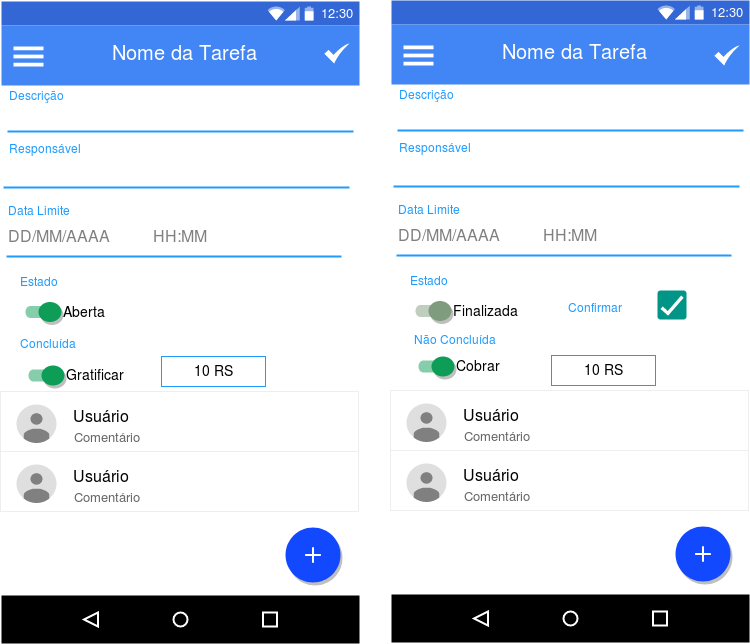
Earlier version of the draw.io export images/telas_editar_tarefa.png (AndersonGaspar/docs). Source tidied: cells renumbered, new cells last; positions are measured from the earlier drawing's top-left corner, leaving out a move shared by most shapes.
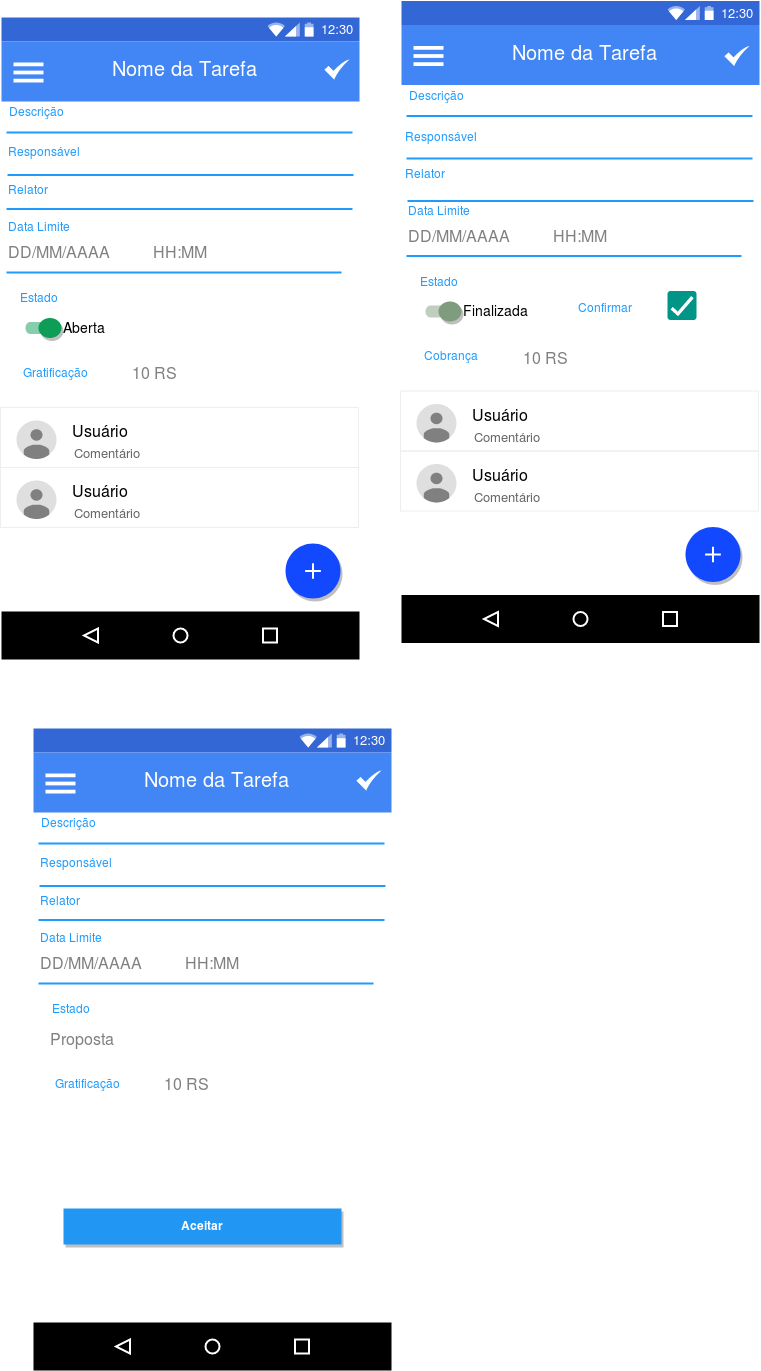
The same diagram one commit later.

Commit message:
atualizando telas do app

The edit, as a diff of the source:
```diff
@@ -45,10 +45,10 @@
       <mxGeometry x="6" y="100" width="346" height="30" as="geometry" />
     </mxCell>
     <mxCell id="12" style="dashed=0;shape=line;strokeWidth=2;noLabel=1;strokeColor=#1F9BFD;rounded=0;shadow=0;fillColor=#4285F4;align=center;" parent="2" vertex="1">
-      <mxGeometry x="6" y="125" width="346" height="10" as="geometry" />
+      <mxGeometry x="5" y="110" width="346" height="10" as="geometry" />
     </mxCell>
     <mxCell id="13" value="Responsável" style="text;fontColor=#1F9BFD;fontSize=12;verticalAlign=middle;strokeColor=none;fillColor=none;rounded=0;shadow=0;align=left;" parent="2" vertex="1">
-      <mxGeometry x="6" y="132.5" width="346" height="30" as="geometry" />
+      <mxGeometry x="5" y="120" width="346" height="30" as="geometry" />
     </mxCell>
     <mxCell id="14" value="Data Limite" style="text;fontColor=#1F9BFD;fontSize=12;verticalAlign=middle;strokeColor=none;fillColor=none;rounded=0;shadow=0;align=left;" parent="2" vertex="1">
       <mxGeometry x="5" y="195" width="346" height="30" as="geometry" />
@@ -109,23 +109,26 @@
         <mxPoint x="10" y="26" as="offset" />
       </mxGeometry>
     </mxCell>
-    <mxCell id="29" value="10 RS" style="text;fontColor=#000000;fontSize=14;verticalAlign=middle;strokeColor=#1F9BFD;fillColor=none;rounded=0;shadow=0;align=center;" parent="2" vertex="1">
-      <mxGeometry x="160" y="355" width="104" height="30" as="geometry" />
-    </mxCell>
-    <mxCell id="30" value="Concluída" style="text;fontColor=#1F9BFD;fontSize=12;verticalAlign=middle;strokeColor=none;fillColor=none;rounded=0;shadow=0;align=left;" parent="2" vertex="1">
-      <mxGeometry x="17" y="328" width="83" height="30" as="geometry" />
-    </mxCell>
-    <mxCell id="31" value="Gratificar" style="dashed=0;labelPosition=right;align=left;shape=mxgraph.gmdl.switch;switchState=on;strokeColor=none;fillColor=#0E9D57;fontSize=14;" parent="2" vertex="1">
-      <mxGeometry x="27" y="364" width="36" height="20" as="geometry" />
-    </mxCell>
     <mxCell id="32" style="html=1;strokeColor=none;shadow=0;align=center;verticalAlign=top;fillColor=#FFFFFF;shape=mxgraph.gcp2.check;" parent="2" vertex="1">
       <mxGeometry x="323" y="42" width="25" height="20" as="geometry" />
     </mxCell>
+    <mxCell id="68" value="Gratificação" style="text;fontColor=#1F9BFD;fontSize=12;verticalAlign=middle;strokeColor=none;fillColor=none;rounded=0;shadow=0;align=left;" parent="2" vertex="1">
+      <mxGeometry x="20" y="341" width="94" height="30" as="geometry" />
+    </mxCell>
+    <mxCell id="69" value="10 RS" style="text;fontColor=#808080;fontSize=16;verticalAlign=middle;strokeColor=none;fillColor=none;opacity=50;rounded=0;shadow=0;align=left;" parent="2" vertex="1">
+      <mxGeometry x="129" y="341" width="124" height="30" as="geometry" />
+    </mxCell>
-    <mxCell id="33" style="dashed=0;shape=line;strokeWidth=2;noLabel=1;strokeColor=#1F9BFD;rounded=0;shadow=0;fillColor=#4285F4;align=center;" parent="1" vertex="1">
-      <mxGeometry x="2" y="182" width="346" height="10" as="geometry" />
+    <mxCell id="33" style="dashed=0;shape=line;strokeWidth=2;noLabel=1;strokeColor=#1F9BFD;rounded=0;shadow=0;fillColor=#4285F4;align=center;" parent="2" vertex="1">
+      <mxGeometry x="6" y="152.5" width="346" height="10" as="geometry" />
     </mxCell>
+    <mxCell id="70" value="Relator" style="text;fontColor=#1F9BFD;fontSize=12;verticalAlign=middle;strokeColor=none;fillColor=none;rounded=0;shadow=0;align=left;" parent="2" vertex="1">
+      <mxGeometry x="5" y="157.5" width="346" height="30" as="geometry" />
+    </mxCell>
+    <mxCell id="71" style="dashed=0;shape=line;strokeWidth=2;noLabel=1;strokeColor=#1F9BFD;rounded=0;shadow=0;fillColor=#4285F4;align=center;" parent="2" vertex="1">
+      <mxGeometry x="5" y="186.5" width="346" height="10" as="geometry" />
+    </mxCell>
     <mxCell id="34" style="dashed=0;shape=rect;fillColor=#FFFFFF;strokeColor=none;shadow=0;rounded=0;" parent="1" vertex="1">
-      <mxGeometry x="390" width="358" height="642" as="geometry" />
+      <mxGeometry x="400" y="-15.5" width="358" height="642" as="geometry" />
     </mxCell>
     <mxCell id="35" value="12:30" style="dashed=0;shape=rect;align=right;fillColor=#3367D6;strokeColor=none;fontColor=#FFFFFF;spacingRight=4;spacingTop=1;fontStyle=0;fontSize=13;" parent="34" vertex="1">
       <mxGeometry width="358" height="24" relative="1" as="geometry" />
@@ -167,10 +170,10 @@
       <mxGeometry x="6" y="100" width="346" height="30" as="geometry" />
     </mxCell>
     <mxCell id="44" style="dashed=0;shape=line;strokeWidth=2;noLabel=1;strokeColor=#1F9BFD;rounded=0;shadow=0;fillColor=#4285F4;align=center;" parent="34" vertex="1">
-      <mxGeometry x="6" y="125" width="346" height="10" as="geometry" />
+      <mxGeometry x="5" y="110" width="346" height="10" as="geometry" />
     </mxCell>
-    <mxCell id="45" value="Responsável" style="text;fontColor=#1F9BFD;fontSize=12;verticalAlign=middle;strokeColor=none;fillColor=none;rounded=0;shadow=0;align=left;" parent="34" vertex="1">
-      <mxGeometry x="6" y="132.5" width="346" height="30" as="geometry" />
+    <mxCell id="45" value="Relator" style="text;fontColor=#1F9BFD;fontSize=12;verticalAlign=middle;strokeColor=none;fillColor=none;rounded=0;shadow=0;align=left;" parent="34" vertex="1">
+      <mxGeometry x="2" y="158.5" width="346" height="30" as="geometry" />
     </mxCell>
     <mxCell id="46" value="Data Limite" style="text;fontColor=#1F9BFD;fontSize=12;verticalAlign=middle;strokeColor=none;fillColor=none;rounded=0;shadow=0;align=left;" parent="34" vertex="1">
       <mxGeometry x="5" y="195" width="346" height="30" as="geometry" />
@@ -231,26 +234,121 @@
         <mxPoint x="10" y="26" as="offset" />
       </mxGeometry>
     </mxCell>
-    <mxCell id="61" value="10 RS" style="text;fontColor=#000000;fontSize=14;verticalAlign=middle;strokeColor=#1F9BFD;fillColor=none;rounded=0;shadow=0;align=center;" parent="34" vertex="1">
-      <mxGeometry x="160" y="355" width="104" height="30" as="geometry" />
-    </mxCell>
     <mxCell id="62" style="dashed=0;labelPosition=right;align=left;shape=mxgraph.gmdl.checkbox;strokeColor=none;fillColor=#009587;strokeWidth=2;fontSize=14;fontColor=#000000;" parent="34" vertex="1">
       <mxGeometry x="266" y="290" width="29" height="29" as="geometry" />
     </mxCell>
     <mxCell id="63" value="Confirmar" style="text;fontColor=#1F9BFD;fontSize=12;verticalAlign=middle;strokeColor=none;fillColor=none;rounded=0;shadow=0;align=left;" parent="34" vertex="1">
       <mxGeometry x="175" y="292.5" width="69" height="30" as="geometry" />
     </mxCell>
-    <mxCell id="64" value="Não Concluída" style="text;fontColor=#1F9BFD;fontSize=12;verticalAlign=middle;strokeColor=none;fillColor=none;rounded=0;shadow=0;align=left;" parent="34" vertex="1">
-      <mxGeometry x="20.5" y="325" width="93" height="30" as="geometry" />
+    <mxCell id="64" value="Cobrança" style="text;fontColor=#1F9BFD;fontSize=12;verticalAlign=middle;strokeColor=none;fillColor=none;rounded=0;shadow=0;align=left;" parent="34" vertex="1">
+      <mxGeometry x="20.5" y="340" width="93" height="30" as="geometry" />
     </mxCell>
-    <mxCell id="65" value="Cobrar" style="dashed=0;labelPosition=right;align=left;shape=mxgraph.gmdl.switch;switchState=on;strokeColor=none;fillColor=#0E9D57;fontSize=14;" parent="34" vertex="1">
-      <mxGeometry x="27" y="356" width="36" height="20" as="geometry" />
-    </mxCell>
     <mxCell id="66" style="html=1;strokeColor=none;shadow=0;align=center;verticalAlign=top;fillColor=#FFFFFF;shape=mxgraph.gcp2.check;" parent="34" vertex="1">
       <mxGeometry x="323" y="45" width="25" height="20" as="geometry" />
     </mxCell>
+    <mxCell id="72" value="10 RS" style="text;fontColor=#808080;fontSize=16;verticalAlign=middle;strokeColor=none;fillColor=none;opacity=50;rounded=0;shadow=0;align=left;" parent="34" vertex="1">
+      <mxGeometry x="120" y="342" width="90" height="30" as="geometry" />
+    </mxCell>
+    <mxCell id="73" value="Responsável" style="text;fontColor=#1F9BFD;fontSize=12;verticalAlign=middle;strokeColor=none;fillColor=none;rounded=0;shadow=0;align=left;" parent="34" vertex="1">
+      <mxGeometry x="2" y="121.5" width="346" height="30" as="geometry" />
+    </mxCell>
+    <mxCell id="74" style="dashed=0;shape=line;strokeWidth=2;noLabel=1;strokeColor=#1F9BFD;rounded=0;shadow=0;fillColor=#4285F4;align=center;" parent="34" vertex="1">
+      <mxGeometry x="5" y="152.5" width="346" height="10" as="geometry" />
+    </mxCell>
     <mxCell id="67" style="dashed=0;shape=line;strokeWidth=2;noLabel=1;strokeColor=#1F9BFD;rounded=0;shadow=0;fillColor=#4285F4;align=center;" parent="1" vertex="1">
-      <mxGeometry x="392" y="181" width="346" height="10" as="geometry" />
+      <mxGeometry x="406" y="179.5" width="346" height="10" as="geometry" />
     </mxCell>
+    <mxCell id="75" style="dashed=0;shape=rect;fillColor=#FFFFFF;strokeColor=none;shadow=0;rounded=0;" parent="1" vertex="1">
+      <mxGeometry x="32" y="712" width="358" height="642" as="geometry" />
+    </mxCell>
+    <mxCell id="76" value="12:30" style="dashed=0;shape=rect;align=right;fillColor=#3367D6;strokeColor=none;fontColor=#FFFFFF;spacingRight=4;spacingTop=1;fontStyle=0;fontSize=13;" parent="75" vertex="1">
+      <mxGeometry width="358" height="24" relative="1" as="geometry" />
+    </mxCell>
+    <mxCell id="77" style="dashed=0;shape=mxgraph.gmdl.top_bar;strokeColor=none;" parent="76" vertex="1">
+      <mxGeometry x="1" y="0.5" width="46" height="14" relative="1" as="geometry">
+        <mxPoint x="-92" y="-7" as="offset" />
+      </mxGeometry>
+    </mxCell>
+    <mxCell id="78" value="Nome da Tarefa" style="dashed=0;shape=rect;strokeColor=none;fillColor=#4285F4;fontSize=20;fontColor=#FFFFFF;spacingTop=9;verticalAlign=top;align=center;spacingLeft=9;" parent="75" vertex="1">
+      <mxGeometry width="358" height="60" relative="1" as="geometry">
+        <mxPoint y="24" as="offset" />
+      </mxGeometry>
+    </mxCell>
+    <mxCell id="79" style="dashed=0;shape=rect;strokeColor=none;fillColor=#000000;" parent="75" vertex="1">
+      <mxGeometry y="1" width="358" height="48" relative="1" as="geometry">
+        <mxPoint y="-48" as="offset" />
+      </mxGeometry>
+    </mxCell>
+    <mxCell id="80" style="dashed=0;shape=mxgraph.gmdl.back;strokeColor=#ffffff;fillColor=#000000;strokeWidth=2;" parent="79" vertex="1">
+      <mxGeometry x="0.25" y="0.5" width="14" height="14" relative="1" as="geometry">
+        <mxPoint x="-7" y="-7" as="offset" />
+      </mxGeometry>
+    </mxCell>
+    <mxCell id="81" style="shape=ellipse;strokeColor=#ffffff;fillColor=#000000;strokeWidth=2;" parent="79" vertex="1">
+      <mxGeometry x="0.5" y="0.5" width="14" height="14" relative="1" as="geometry">
+        <mxPoint x="-7" y="-7" as="offset" />
+      </mxGeometry>
+    </mxCell>
+    <mxCell id="82" style="shape=rect;strokeColor=#ffffff;fillColor=#000000;strokeWidth=2;" parent="79" vertex="1">
+      <mxGeometry x="0.75" y="0.5" width="14" height="14" relative="1" as="geometry">
+        <mxPoint x="-7" y="-7" as="offset" />
+      </mxGeometry>
+    </mxCell>
+    <mxCell id="83" value="Descrição" style="text;fontColor=#1F9BFD;fontSize=12;verticalAlign=middle;strokeColor=none;fillColor=none;rounded=0;shadow=0;align=left;" parent="75" vertex="1">
+      <mxGeometry x="6" y="80" width="346" height="30" as="geometry" />
+    </mxCell>
+    <mxCell id="84" value="Input text" style="text;fontColor=#ffffff;fontSize=16;verticalAlign=middle;strokeColor=none;fillColor=none;rounded=0;shadow=0;align=center;" parent="75" vertex="1">
+      <mxGeometry x="6" y="100" width="346" height="30" as="geometry" />
+    </mxCell>
+    <mxCell id="85" style="dashed=0;shape=line;strokeWidth=2;noLabel=1;strokeColor=#1F9BFD;rounded=0;shadow=0;fillColor=#4285F4;align=center;" parent="75" vertex="1">
+      <mxGeometry x="5" y="110" width="346" height="10" as="geometry" />
+    </mxCell>
+    <mxCell id="86" value="Responsável" style="text;fontColor=#1F9BFD;fontSize=12;verticalAlign=middle;strokeColor=none;fillColor=none;rounded=0;shadow=0;align=left;" parent="75" vertex="1">
+      <mxGeometry x="5" y="120" width="346" height="30" as="geometry" />
+    </mxCell>
+    <mxCell id="87" value="Data Limite" style="text;fontColor=#1F9BFD;fontSize=12;verticalAlign=middle;strokeColor=none;fillColor=none;rounded=0;shadow=0;align=left;" parent="75" vertex="1">
+      <mxGeometry x="5" y="195" width="346" height="30" as="geometry" />
+    </mxCell>
+    <mxCell id="88" value="DD/MM/AAAA" style="text;fontColor=#808080;fontSize=16;verticalAlign=middle;strokeColor=none;fillColor=none;opacity=50;rounded=0;shadow=0;align=left;" parent="75" vertex="1">
+      <mxGeometry x="5" y="220" width="124" height="30" as="geometry" />
+    </mxCell>
+    <mxCell id="89" value="HH:MM" style="text;fontColor=#808080;fontSize=16;verticalAlign=middle;strokeColor=none;fillColor=none;opacity=50;rounded=0;shadow=0;align=left;" parent="75" vertex="1">
+      <mxGeometry x="150" y="220" width="80" height="30" as="geometry" />
+    </mxCell>
+    <mxCell id="90" style="dashed=0;shape=line;strokeWidth=2;noLabel=1;strokeColor=#1F9BFD;rounded=0;shadow=0;fillColor=#4285F4;align=center;" parent="75" vertex="1">
+      <mxGeometry x="5" y="250" width="335" height="10" as="geometry" />
+    </mxCell>
+    <mxCell id="91" value="Estado" style="text;fontColor=#1F9BFD;fontSize=12;verticalAlign=middle;strokeColor=none;fillColor=none;rounded=0;shadow=0;align=left;" parent="75" vertex="1">
+      <mxGeometry x="17" y="266" width="64" height="30" as="geometry" />
+    </mxCell>
+    <mxCell id="92" style="dashed=0;shape=mxgraph.gmdl.preferences;strokeColor=none;fillColor=#ffffff;" parent="75" vertex="1">
+      <mxGeometry x="12" y="45" width="30" height="20" as="geometry">
+        <mxPoint x="10" y="26" as="offset" />
+      </mxGeometry>
+    </mxCell>
+    <mxCell id="93" style="html=1;strokeColor=none;shadow=0;align=center;verticalAlign=top;fillColor=#FFFFFF;shape=mxgraph.gcp2.check;" parent="75" vertex="1">
+      <mxGeometry x="323" y="42" width="25" height="20" as="geometry" />
+    </mxCell>
+    <mxCell id="94" value="Gratificação" style="text;fontColor=#1F9BFD;fontSize=12;verticalAlign=middle;strokeColor=none;fillColor=none;rounded=0;shadow=0;align=left;" parent="75" vertex="1">
+      <mxGeometry x="20" y="341" width="94" height="30" as="geometry" />
+    </mxCell>
+    <mxCell id="95" value="10 RS" style="text;fontColor=#808080;fontSize=16;verticalAlign=middle;strokeColor=none;fillColor=none;opacity=50;rounded=0;shadow=0;align=left;" parent="75" vertex="1">
+      <mxGeometry x="129" y="341" width="124" height="30" as="geometry" />
+    </mxCell>
+    <mxCell id="96" style="dashed=0;shape=line;strokeWidth=2;noLabel=1;strokeColor=#1F9BFD;rounded=0;shadow=0;fillColor=#4285F4;align=center;" parent="75" vertex="1">
+      <mxGeometry x="6" y="152.5" width="346" height="10" as="geometry" />
+    </mxCell>
+    <mxCell id="97" value="Relator" style="text;fontColor=#1F9BFD;fontSize=12;verticalAlign=middle;strokeColor=none;fillColor=none;rounded=0;shadow=0;align=left;" parent="75" vertex="1">
+      <mxGeometry x="5" y="157.5" width="346" height="30" as="geometry" />
+    </mxCell>
+    <mxCell id="98" style="dashed=0;shape=line;strokeWidth=2;noLabel=1;strokeColor=#1F9BFD;rounded=0;shadow=0;fillColor=#4285F4;align=center;" parent="75" vertex="1">
+      <mxGeometry x="5" y="186.5" width="346" height="10" as="geometry" />
+    </mxCell>
+    <mxCell id="99" value="Proposta" style="text;fontColor=#808080;fontSize=16;verticalAlign=middle;strokeColor=none;fillColor=none;opacity=50;rounded=0;shadow=0;align=left;" parent="75" vertex="1">
+      <mxGeometry x="15" y="296" width="124" height="30" as="geometry" />
+    </mxCell>
+    <mxCell id="100" value="Aceitar" style="dashed=0;align=center;fontSize=12;shape=rect;fillColor=#2196F3;strokeColor=none;fontStyle=1;shadow=1;fontColor=#ffffff;" parent="75" vertex="1">
+      <mxGeometry x="30" y="480" width="278" height="36" as="geometry" />
+    </mxCell>
   </root>
 </mxGraphModel>
```
